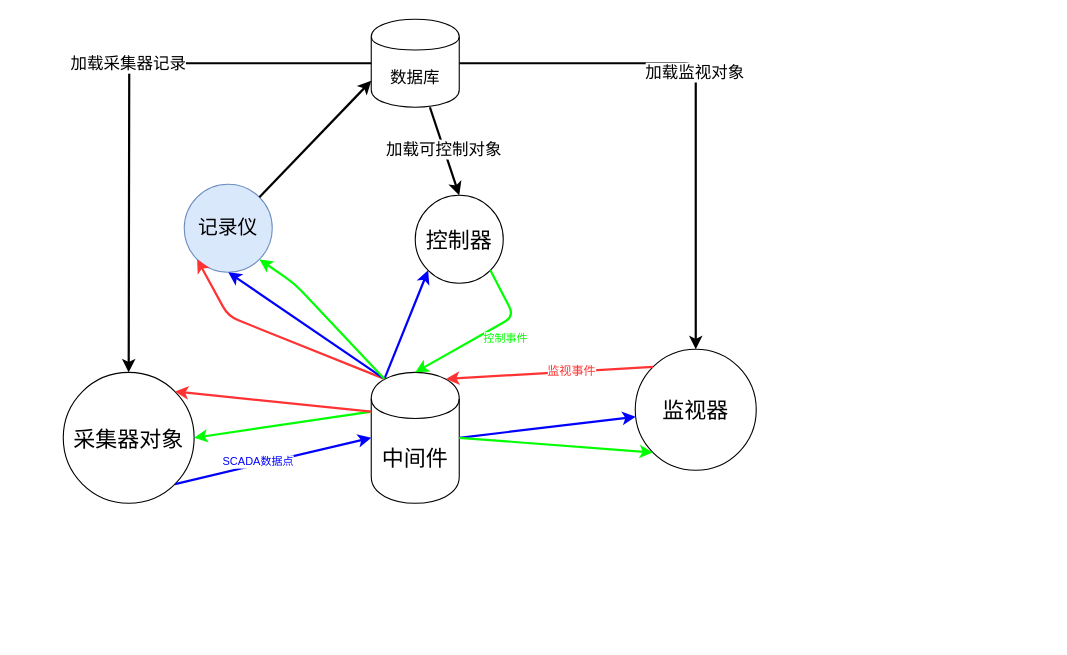
Above: page "第 2 页" (2 of 2) of 未命名表单.drawio in bedreamer/XProject (draw.io), before the change. Source tidied: cells renumbered, new cells numbered last; positions are measured from the earlier drawing's top-left corner, leaving out a move shared by most shapes. Both pictures are drawn from the tidied source at 110%, with x=0, y=0 at pixel (63, 19).
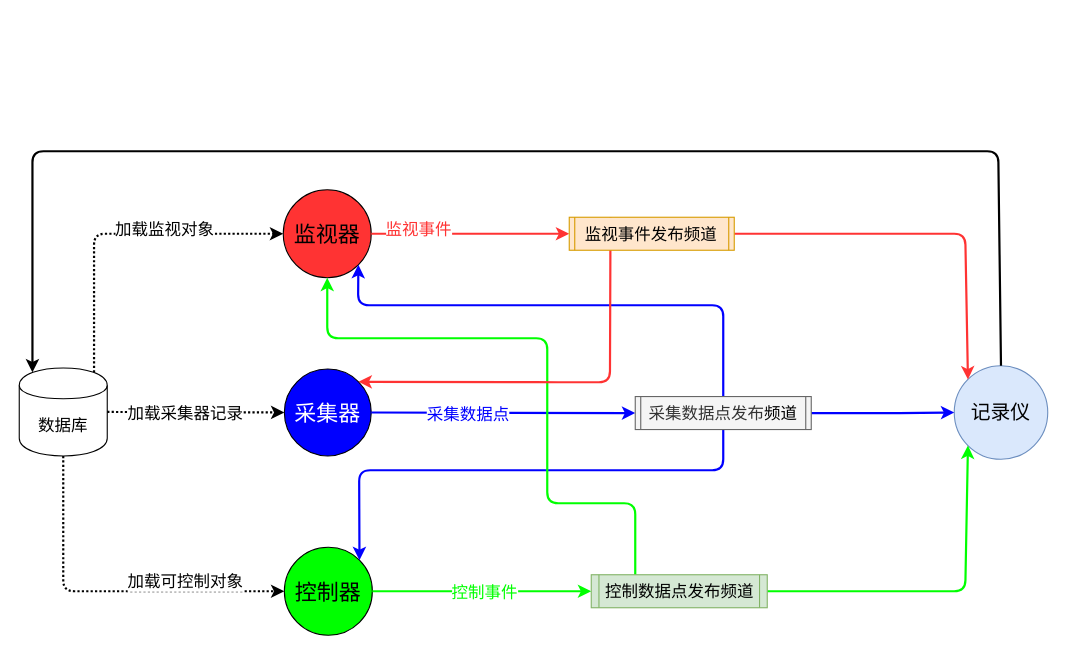
The same diagram, later.

Commit message:
更新未命名表单.drawio

The edit, as a diff of the source:
```diff
@@
-    <mxCell id="2" value="中间件" style="shape=cylinder;whiteSpace=wrap;html=1;boundedLbl=1;backgroundOutline=1;fontSize=20;" parent="1" vertex="1">
-      <mxGeometry x="280" y="321" width="80" height="119" as="geometry" />
-    </mxCell>
-    <mxCell id="3" value="采集器对象" style="ellipse;whiteSpace=wrap;html=1;fontSize=20;" parent="1" vertex="1">
-      <mxGeometry y="321" width="119" height="119" as="geometry" />
+    <mxCell id="3" value="采集器" style="ellipse;whiteSpace=wrap;html=1;fontSize=20;fillColor=#0000FF;fontColor=#FFFFFF;" parent="1" vertex="1">
+      <mxGeometry x="201" y="318" width="79" height="79" as="geometry" />
     </mxCell>
-    <mxCell id="4" style="endArrow=classic;html=1;fontSize=10;entryX=0;entryY=0.5;entryDx=0;entryDy=0;fontColor=#0000FF;strokeColor=#0000FF;exitX=1;exitY=1;exitDx=0;exitDy=0;strokeWidth=2;" parent="1" edge="1" source="3" target="2">
+    <mxCell id="4" style="endArrow=classic;html=1;fontSize=10;entryX=0;entryY=0.5;entryDx=0;entryDy=0;fontColor=#0000FF;strokeColor=#0000FF;exitX=1;exitY=0.5;exitDx=0;exitDy=0;strokeWidth=2;" parent="1" edge="1" source="3" target="29">
       <mxGeometry relative="1" as="geometry" />
     </mxCell>
-    <mxCell id="5" value="SCADA数据点" style="text;html=1;align=center;verticalAlign=middle;labelBackgroundColor=#ffffff;fontSize=10;fontColor=#0000FF;" parent="4" vertex="1">
-      <mxGeometry x="-0.15" y="3" relative="1" as="geometry" />
+    <mxCell id="5" value="采集数据点" style="text;html=1;align=center;verticalAlign=middle;labelBackgroundColor=#ffffff;fontSize=15;fontColor=#0000FF;" parent="4" vertex="1">
+      <mxGeometry x="-0.15" y="3" relative="1" as="geometry">
+        <mxPoint x="-14.5" y="3.5" as="offset" />
+      </mxGeometry>
     </mxCell>
-    <mxCell id="6" value="&lt;font color=&quot;#000000&quot; style=&quot;font-size: 20px;&quot;&gt;监视器&lt;/font&gt;" style="ellipse;whiteSpace=wrap;html=1;fontSize=20;fontColor=#0000FF;" parent="1" vertex="1">
-      <mxGeometry x="520" y="300" width="110" height="110" as="geometry" />
+    <mxCell id="6" value="&lt;font color=&quot;#000000&quot; style=&quot;font-size: 20px;&quot;&gt;监视器&lt;/font&gt;" style="ellipse;whiteSpace=wrap;html=1;fontSize=20;fontColor=#0000FF;fillColor=#FF3333;" parent="1" vertex="1">
+      <mxGeometry x="200" y="155" width="80" height="80" as="geometry" />
     </mxCell>
-    <mxCell id="7" value="&lt;font color=&quot;#000000&quot; style=&quot;font-size: 20px;&quot;&gt;控制器&lt;/font&gt;" style="ellipse;whiteSpace=wrap;html=1;fontSize=20;fontColor=#0000FF;" parent="1" vertex="1">
-      <mxGeometry x="320" y="160" width="80" height="80" as="geometry" />
+    <mxCell id="7" value="&lt;font color=&quot;#000000&quot; style=&quot;font-size: 20px;&quot;&gt;控制器&lt;/font&gt;" style="ellipse;whiteSpace=wrap;html=1;fontSize=20;fontColor=#0000FF;fillColor=#00FF00;" parent="1" vertex="1">
+      <mxGeometry x="201" y="480" width="80" height="80" as="geometry" />
     </mxCell>
-    <mxCell id="8" style="endArrow=classic;html=1;strokeColor=#0000FF;fontSize=10;fontColor=#0000FF;exitX=0.15;exitY=0.05;exitDx=0;exitDy=0;entryX=0;entryY=1;entryDx=0;entryDy=0;strokeWidth=2;exitPerimeter=0;" parent="1" edge="1" source="2" target="7">
-      <mxGeometry relative="1" as="geometry" />
+    <mxCell id="8" style="endArrow=classic;html=1;strokeColor=#0000FF;fontSize=10;fontColor=#0000FF;exitX=0.5;exitY=1;exitDx=0;exitDy=0;entryX=1;entryY=0;entryDx=0;entryDy=0;strokeWidth=2;" parent="1" edge="1" source="29" target="7">
+      <mxGeometry relative="1" as="geometry">
+        <Array as="points">
+          <mxPoint x="600" y="410" />
+          <mxPoint x="400" y="410" />
+          <mxPoint x="269" y="410" />
+        </Array>
+      </mxGeometry>
     </mxCell>
-    <mxCell id="9" style="endArrow=classic;html=1;strokeColor=#0000FF;fontSize=10;fontColor=#0000FF;exitX=1;exitY=0.5;exitDx=0;exitDy=0;strokeWidth=2;" parent="1" edge="1" source="2" target="6">
-      <mxGeometry relative="1" as="geometry" />
+    <mxCell id="9" style="endArrow=classic;html=1;strokeColor=#0000FF;fontSize=10;fontColor=#0000FF;exitX=0.5;exitY=0;exitDx=0;exitDy=0;strokeWidth=2;entryX=1;entryY=1;entryDx=0;entryDy=0;" parent="1" edge="1" source="29" target="6">
+      <mxGeometry relative="1" as="geometry">
+        <Array as="points">
+          <mxPoint x="600" y="260" />
+          <mxPoint x="268" y="260" />
+        </Array>
+      </mxGeometry>
     </mxCell>
-    <mxCell id="10" style="endArrow=classic;html=1;strokeColor=#FF3333;fontSize=10;fontColor=#0000FF;entryX=0.85;entryY=0.05;entryDx=0;entryDy=0;exitX=0;exitY=0;exitDx=0;exitDy=0;entryPerimeter=0;strokeWidth=2;" parent="1" edge="1" source="6" target="2">
+    <mxCell id="10" style="endArrow=classic;html=1;strokeColor=#FF3333;fontSize=10;fontColor=#0000FF;entryX=0;entryY=0.5;entryDx=0;entryDy=0;exitX=1;exitY=0.5;exitDx=0;exitDy=0;strokeWidth=2;" parent="1" edge="1" source="6" target="31">
       <mxGeometry relative="1" as="geometry" />
     </mxCell>
-    <mxCell id="11" value="&lt;font color=&quot;#ff3333&quot; style=&quot;font-size: 11px;&quot;&gt;监视事件&lt;/font&gt;" style="text;html=1;align=center;verticalAlign=middle;labelBackgroundColor=#ffffff;fontSize=11;fontColor=#0000FF;" parent="10" vertex="1">
+    <mxCell id="11" value="&lt;font color=&quot;#ff3333&quot; style=&quot;font-size: 15px;&quot;&gt;监视事件&lt;/font&gt;" style="text;html=1;align=center;verticalAlign=middle;labelBackgroundColor=#ffffff;fontSize=15;fontColor=#0000FF;" parent="10" vertex="1">
       <mxGeometry x="-0.19" y="-1" relative="1" as="geometry">
-        <mxPoint x="1" as="offset" />
+        <mxPoint x="-31" y="-6" as="offset" />
       </mxGeometry>
     </mxCell>
-    <mxCell id="12" style="endArrow=classic;html=1;strokeColor=#00FF00;fontSize=7;fontColor=#0000FF;exitX=1;exitY=1;exitDx=0;exitDy=0;entryX=0.5;entryY=0;entryDx=0;entryDy=0;strokeWidth=2;" parent="1" edge="1" source="7" target="2">
-      <mxGeometry relative="1" as="geometry">
-        <Array as="points">
-          <mxPoint x="410" y="270" />
-        </Array>
-      </mxGeometry>
+    <mxCell id="12" style="endArrow=classic;html=1;strokeColor=#00FF00;fontSize=7;fontColor=#0000FF;exitX=1;exitY=0.5;exitDx=0;exitDy=0;entryX=0;entryY=0.5;entryDx=0;entryDy=0;strokeWidth=2;" parent="1" edge="1" source="7" target="30">
+      <mxGeometry relative="1" as="geometry" />
     </mxCell>
-    <mxCell id="13" value="控制事件" style="text;html=1;align=center;verticalAlign=middle;labelBackgroundColor=#ffffff;fontSize=10;fontColor=#00FF00;" parent="12" vertex="1">
+    <mxCell id="13" value="控制事件" style="text;html=1;align=center;verticalAlign=middle;labelBackgroundColor=#ffffff;fontSize=15;fontColor=#00FF00;" parent="12" vertex="1">
       <mxGeometry x="-0.02" y="4" relative="1" as="geometry">
-        <mxPoint x="13" y="2.5" as="offset" />
+        <mxPoint x="3" y="4" as="offset" />
       </mxGeometry>
     </mxCell>
-    <mxCell id="14" style="endArrow=classic;html=1;strokeColor=#00FF00;fontSize=7;fontColor=#0000FF;entryX=1;entryY=0.5;entryDx=0;entryDy=0;exitX=0;exitY=0.3;exitDx=0;exitDy=0;strokeWidth=2;" parent="1" edge="1" source="2" target="3">
-      <mxGeometry relative="1" as="geometry" />
-    </mxCell>
-    <mxCell id="15" style="endArrow=classic;html=1;strokeColor=#00FF00;fontSize=7;fontColor=#00FF00;exitX=1;exitY=0.5;exitDx=0;exitDy=0;entryX=0;entryY=1;entryDx=0;entryDy=0;strokeWidth=2;" parent="1" edge="1" source="2" target="6">
-      <mxGeometry relative="1" as="geometry" />
+    <mxCell id="15" style="endArrow=classic;html=1;strokeColor=#00FF00;fontSize=7;fontColor=#00FF00;exitX=0.25;exitY=0;exitDx=0;exitDy=0;entryX=0.5;entryY=1;entryDx=0;entryDy=0;strokeWidth=2;" parent="1" edge="1" source="30" target="6">
+      <mxGeometry relative="1" as="geometry">
+        <Array as="points">
+          <mxPoint x="520" y="440" />
+          <mxPoint x="440" y="440" />
+          <mxPoint x="440" y="290" />
+          <mxPoint x="240" y="290" />
+        </Array>
+      </mxGeometry>
     </mxCell>
-    <mxCell id="16" style="endArrow=classic;html=1;strokeColor=#FF3333;fontSize=7;fontColor=#00FF00;entryX=1;entryY=0;entryDx=0;entryDy=0;exitX=0;exitY=0.3;exitDx=0;exitDy=0;strokeWidth=2;" parent="1" edge="1" source="2" target="3">
-      <mxGeometry relative="1" as="geometry" />
+    <mxCell id="16" style="endArrow=classic;html=1;strokeColor=#FF3333;fontSize=7;fontColor=#00FF00;entryX=1;entryY=0;entryDx=0;entryDy=0;exitX=0.25;exitY=0;exitDx=0;exitDy=0;strokeWidth=2;" parent="1" edge="1" source="31" target="3">
+      <mxGeometry relative="1" as="geometry">
+        <Array as="points">
+          <mxPoint x="497" y="330" />
+          <mxPoint x="440" y="330" />
+        </Array>
+      </mxGeometry>
     </mxCell>
     <mxCell id="17" value="&lt;font color=&quot;#000000&quot; style=&quot;font-size: 18px;&quot;&gt;记录仪&lt;/font&gt;" style="ellipse;whiteSpace=wrap;html=1;fontSize=18;fillColor=#dae8fc;strokeColor=#6c8ebf;" parent="1" vertex="1">
-      <mxGeometry x="110" y="150" width="80" height="80" as="geometry" />
+      <mxGeometry x="810" y="315" width="85" height="85" as="geometry" />
     </mxCell>
-    <mxCell id="18" style="endArrow=classic;html=1;strokeColor=#FF3333;fontSize=7;fontColor=#00FF00;entryX=0;entryY=1;entryDx=0;entryDy=0;exitX=0.15;exitY=0.05;exitDx=0;exitDy=0;strokeWidth=2;exitPerimeter=0;" parent="1" edge="1" source="2" target="17">
+    <mxCell id="18" style="endArrow=classic;html=1;strokeColor=#FF3333;fontSize=7;fontColor=#00FF00;exitX=1;exitY=0.5;exitDx=0;exitDy=0;strokeWidth=2;entryX=0;entryY=0;entryDx=0;entryDy=0;" parent="1" edge="1" source="31" target="17">
       <mxGeometry relative="1" as="geometry">
         <Array as="points">
-          <mxPoint x="150" y="270" />
+          <mxPoint x="820" y="195" />
         </Array>
       </mxGeometry>
     </mxCell>
-    <mxCell id="19" style="endArrow=classic;html=1;strokeColor=#0000FF;fontSize=7;fontColor=#00FF00;entryX=0.5;entryY=1;entryDx=0;entryDy=0;exitX=0.15;exitY=0.05;exitDx=0;exitDy=0;strokeWidth=2;exitPerimeter=0;" parent="1" edge="1" source="2" target="17">
-      <mxGeometry relative="1" as="geometry" />
+    <mxCell id="19" style="endArrow=classic;html=1;strokeColor=#0000FF;fontSize=7;fontColor=#00FF00;entryX=0;entryY=0.5;entryDx=0;entryDy=0;exitX=1;exitY=0.5;exitDx=0;exitDy=0;strokeWidth=2;" parent="1" edge="1" source="29" target="17">
+      <mxGeometry relative="1" as="geometry">
+        <Array as="points">
+          <mxPoint x="770" y="358" />
+        </Array>
+      </mxGeometry>
     </mxCell>
-    <mxCell id="20" style="endArrow=classic;html=1;strokeColor=#00FF00;fontSize=7;fontColor=#00FF00;entryX=1;entryY=1;entryDx=0;entryDy=0;strokeWidth=2;exitX=0.15;exitY=0.05;exitDx=0;exitDy=0;exitPerimeter=0;" parent="1" edge="1" source="2" target="17">
+    <mxCell id="20" style="endArrow=classic;html=1;strokeColor=#00FF00;fontSize=7;fontColor=#00FF00;entryX=0;entryY=1;entryDx=0;entryDy=0;strokeWidth=2;exitX=1;exitY=0.5;exitDx=0;exitDy=0;" parent="1" edge="1" source="30" target="17">
       <mxGeometry relative="1" as="geometry">
         <Array as="points">
-          <mxPoint x="210" y="240" />
+          <mxPoint x="820" y="520" />
         </Array>
       </mxGeometry>
     </mxCell>
     <mxCell id="21" value="数据库" style="shape=cylinder;whiteSpace=wrap;html=1;boundedLbl=1;backgroundOutline=1;fontSize=15;fontColor=#000000;" parent="1" vertex="1">
-      <mxGeometry x="280" width="80" height="80" as="geometry" />
+      <mxGeometry x="-40" y="317" width="80" height="80" as="geometry" />
     </mxCell>
-    <mxCell id="22" style="endArrow=classic;html=1;strokeColor=#000000;strokeWidth=2;fontSize=11;fontColor=#000000;exitX=1;exitY=0;exitDx=0;exitDy=0;entryX=0;entryY=0.7;entryDx=0;entryDy=0;" parent="1" edge="1" source="17" target="21">
-      <mxGeometry relative="1" as="geometry" />
+    <mxCell id="22" style="endArrow=classic;html=1;strokeColor=#000000;strokeWidth=2;fontSize=11;fontColor=#000000;exitX=0.5;exitY=0;exitDx=0;exitDy=0;entryX=0.15;entryY=0.05;entryDx=0;entryDy=0;entryPerimeter=0;" parent="1" edge="1" source="17" target="21">
+      <mxGeometry relative="1" as="geometry">
+        <Array as="points">
+          <mxPoint x="850" y="120" />
+          <mxPoint x="-28" y="120" />
+        </Array>
+      </mxGeometry>
     </mxCell>
-    <mxCell id="23" style="endArrow=classic;html=1;strokeColor=#000000;strokeWidth=2;fontSize=15;fontColor=#000000;entryX=0.5;entryY=0;entryDx=0;entryDy=0;exitX=0;exitY=0.5;exitDx=0;exitDy=0;" parent="1" edge="1" source="21" target="3">
-      <mxGeometry relative="1" as="geometry">
-        <Array as="points">
-          <mxPoint x="60" y="40" />
-        </Array>
-      </mxGeometry>
+    <mxCell id="23" style="endArrow=classic;html=1;strokeColor=#000000;strokeWidth=2;fontSize=15;fontColor=#000000;entryX=0;entryY=0.5;entryDx=0;entryDy=0;exitX=1;exitY=0.5;exitDx=0;exitDy=0;dashed=1;dashPattern=1 1;" parent="1" edge="1" source="21" target="3">
+      <mxGeometry relative="1" as="geometry" />
     </mxCell>
     <mxCell id="24" value="加载采集器记录" style="text;html=1;align=center;verticalAlign=middle;labelBackgroundColor=#ffffff;fontSize=15;fontColor=#000000;" parent="23" vertex="1">
-      <mxGeometry x="-0.12" y="-2" relative="1" as="geometry" />
+      <mxGeometry x="-0.12" y="-2" relative="1" as="geometry">
+        <mxPoint x="-0.5" y="-1.5" as="offset" />
+      </mxGeometry>
     </mxCell>
-    <mxCell id="25" style="endArrow=classic;html=1;strokeColor=#000000;strokeWidth=2;fontSize=15;fontColor=#000000;entryX=0.5;entryY=0;entryDx=0;entryDy=0;exitX=1;exitY=0.5;exitDx=0;exitDy=0;" parent="1" edge="1" source="21" target="6">
+    <mxCell id="25" style="endArrow=classic;html=1;strokeColor=#000000;strokeWidth=2;fontSize=15;fontColor=#000000;entryX=0;entryY=0.5;entryDx=0;entryDy=0;dashed=1;dashPattern=1 1;exitX=0.85;exitY=0.05;exitDx=0;exitDy=0;exitPerimeter=0;" parent="1" edge="1" source="21" target="6">
       <mxGeometry relative="1" as="geometry">
         <Array as="points">
-          <mxPoint x="575" y="40" />
+          <mxPoint x="28" y="195" />
         </Array>
       </mxGeometry>
     </mxCell>
     <mxCell id="26" value="加载监视对象" style="text;html=1;align=center;verticalAlign=middle;labelBackgroundColor=#ffffff;fontSize=15;fontColor=#000000;" parent="25" vertex="1">
       <mxGeometry x="-0.07" y="-2" relative="1" as="geometry">
-        <mxPoint y="1" as="offset" />
+        <mxPoint x="50.5" y="-7" as="offset" />
       </mxGeometry>
     </mxCell>
-    <mxCell id="27" style="endArrow=classic;html=1;strokeColor=#000000;strokeWidth=2;fontSize=15;fontColor=#000000;entryX=0.5;entryY=0;entryDx=0;entryDy=0;" parent="1" edge="1" source="21" target="7">
-      <mxGeometry relative="1" as="geometry" />
+    <mxCell id="27" style="endArrow=classic;html=1;strokeColor=#000000;strokeWidth=2;fontSize=15;fontColor=#000000;entryX=0;entryY=0.5;entryDx=0;entryDy=0;exitX=0.5;exitY=1;exitDx=0;exitDy=0;dashed=1;dashPattern=1 1;" parent="1" edge="1" source="21" target="7">
+      <mxGeometry relative="1" as="geometry">
+        <Array as="points">
+          <mxPoint y="520" />
+        </Array>
+      </mxGeometry>
     </mxCell>
     <mxCell id="28" value="加载可控制对象" style="text;html=1;align=center;verticalAlign=middle;labelBackgroundColor=#ffffff;fontSize=15;fontColor=#000000;" parent="27" vertex="1">
-      <mxGeometry x="-0.05" relative="1" as="geometry" />
+      <mxGeometry x="-0.05" relative="1" as="geometry">
+        <mxPoint x="79" y="-10" as="offset" />
+      </mxGeometry>
     </mxCell>
+    <mxCell id="29" value="采集数据点发布&lt;span style=&quot;color: rgb(0 , 0 , 0)&quot;&gt;频道&lt;/span&gt;" style="shape=process;whiteSpace=wrap;html=1;backgroundOutline=1;fontSize=15;fillColor=#f5f5f5;strokeColor=#666666;fontColor=#333333;size=0.030000000000001137;" parent="1" vertex="1">
+      <mxGeometry x="520" y="343" width="160" height="30" as="geometry" />
+    </mxCell>
+    <mxCell id="30" value="控制数据点发布频道" style="shape=process;whiteSpace=wrap;html=1;backgroundOutline=1;fontSize=15;fillColor=#d5e8d4;strokeColor=#82b366;size=0.04176470588235361;" parent="1" vertex="1">
+      <mxGeometry x="480" y="505" width="160" height="30" as="geometry" />
+    </mxCell>
+    <mxCell id="31" value="监视事件发布频道" style="shape=process;whiteSpace=wrap;html=1;backgroundOutline=1;fontSize=15;fillColor=#ffe6cc;strokeColor=#d79b00;size=0.03588235294117794;" parent="1" vertex="1">
+      <mxGeometry x="460" y="180" width="150" height="30" as="geometry" />
+    </mxCell>
```
